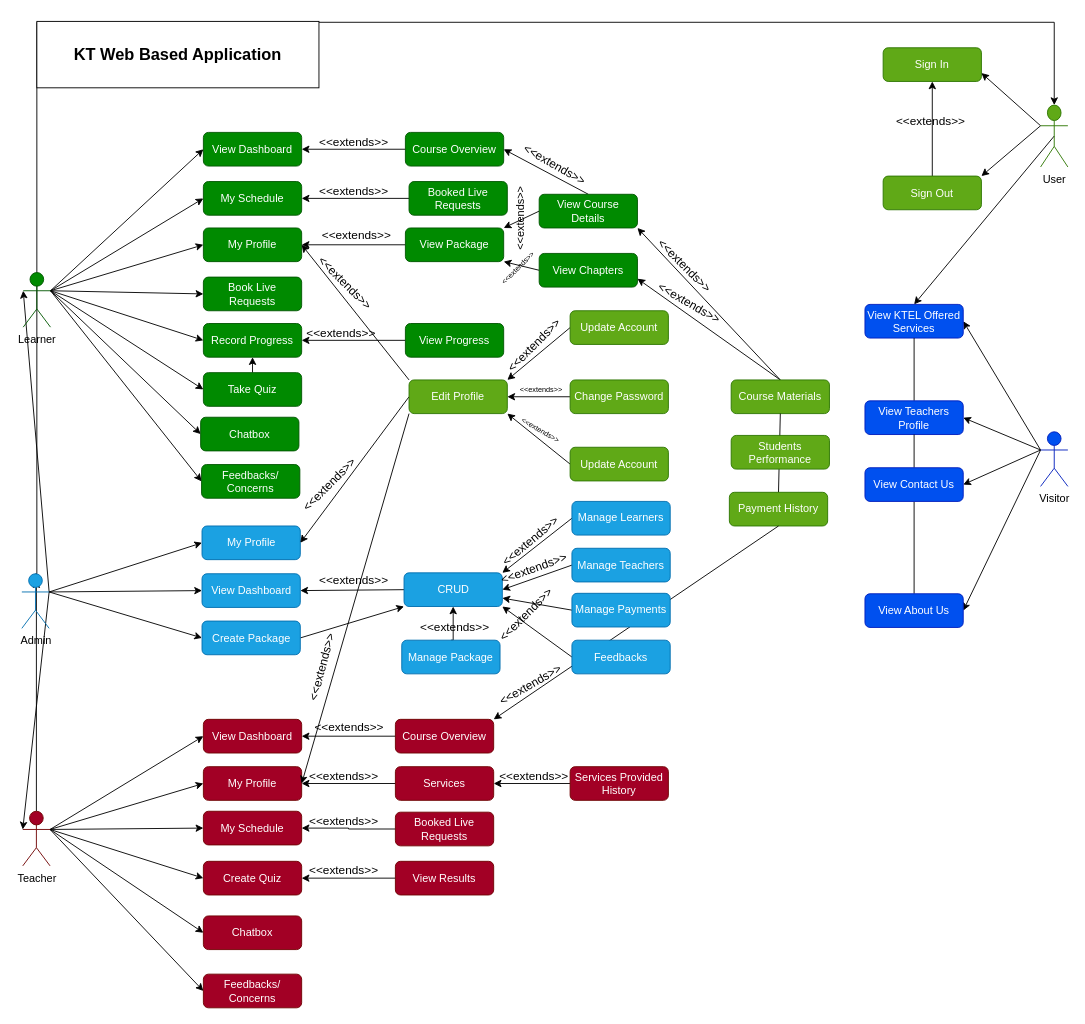
Before: page "Use Case Diagram(Categorized)" (12 of 13) of Untitled Diagram.drawio in Nashciong/JavaCodes, a draw.io diagram. Source tidied: cells renumbered, new cells numbered last; positions are measured from the earlier drawing's top-left corner, leaving out a move shared by most shapes. Both pictures are drawn from the tidied source at 91%, with x=0, y=0 at pixel (21, 21).
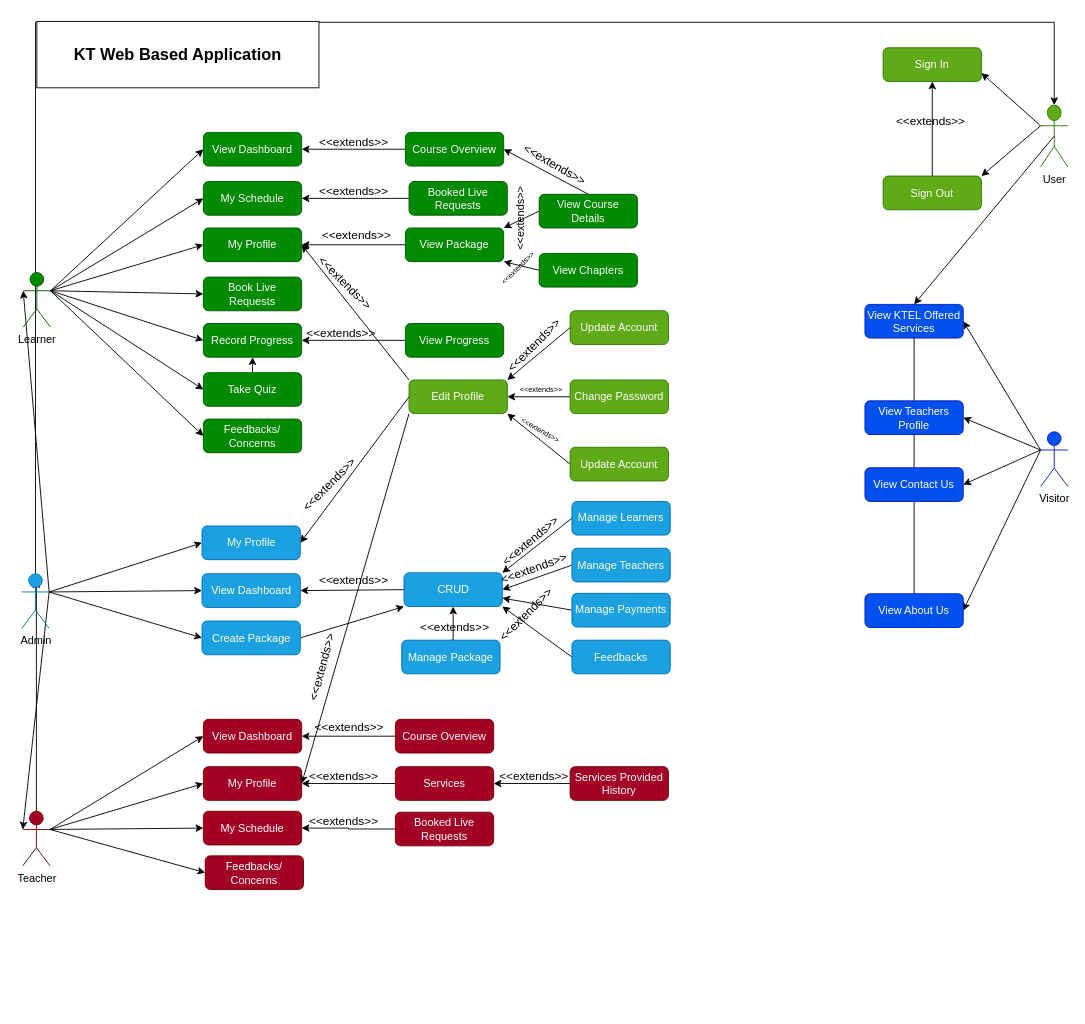
The same page after the edit.

Unchanged cells that the change refers to:
```xml
<mxCell id="22" value="Teacher" style="shape=umlActor;verticalLabelPosition=bottom;verticalAlign=top;html=1;outlineConnect=0;fillColor=#a20025;fontColor=#000000;strokeColor=#6F0000;" parent="1" vertex="1">
  <mxGeometry x="1.5" y="868" width="30" height="60" as="geometry" />
</mxCell>
<mxCell id="36" value="Learner" style="shape=umlActor;verticalLabelPosition=bottom;verticalAlign=top;html=1;outlineConnect=0;fontColor=#000000;fillColor=#008a00;strokeColor=#005700;" parent="1" vertex="1">
  <mxGeometry x="2" y="276" width="30" height="60" as="geometry" />
</mxCell>
<mxCell id="74" value="Course Overview" style="rounded=1;whiteSpace=wrap;html=1;fillColor=#a20025;fontColor=#ffffff;strokeColor=#6F0000;" parent="1" vertex="1">
  <mxGeometry x="411" y="767" width="108" height="37" as="geometry" />
</mxCell>
<mxCell id="98" value="Admin" style="shape=umlActor;verticalLabelPosition=bottom;verticalAlign=top;html=1;outlineConnect=0;fillColor=#1ba1e2;fontColor=#000000;strokeColor=#006EAF;" parent="1" vertex="1">
  <mxGeometry x="0.5" y="607" width="30" height="60" as="geometry" />
</mxCell>
<mxCell id="101" value="User" style="shape=umlActor;verticalLabelPosition=bottom;verticalAlign=top;html=1;outlineConnect=0;fillColor=#60a917;fontColor=#000000;strokeColor=#2D7600;" parent="1" vertex="1">
  <mxGeometry x="1120" y="92" width="30" height="68" as="geometry" />
</mxCell>
<mxCell id="105" value="View Course Details" style="rounded=1;whiteSpace=wrap;html=1;fillColor=#008a00;fontColor=#ffffff;strokeColor=#005700;" parent="1" vertex="1">
  <mxGeometry x="569" y="190" width="108" height="37" as="geometry" />
</mxCell>
<mxCell id="107" value="View Chapters" style="rounded=1;whiteSpace=wrap;html=1;fillColor=#008a00;fontColor=#ffffff;strokeColor=#005700;" parent="1" vertex="1">
  <mxGeometry x="569" y="255" width="108" height="37" as="geometry" />
</mxCell>
```

Diff of the diagram source:
```diff
@@
-    <mxCell id="17" style="rounded=0;jettySize=auto;html=1;exitX=1;exitY=0.3333333333333333;exitDx=0;exitDy=0;exitPerimeter=0;entryX=0;entryY=0.5;entryDx=0;entryDy=0;" parent="1" edge="1" source="22" target="40">
-      <mxGeometry relative="1" as="geometry" />
-    </mxCell>
-    <mxCell id="18" style="rounded=0;jettySize=auto;html=1;exitX=1;exitY=0.3333333333333333;exitDx=0;exitDy=0;exitPerimeter=0;entryX=0;entryY=0.5;entryDx=0;entryDy=0;" parent="1" edge="1" source="22" target="87">
-      <mxGeometry relative="1" as="geometry" />
-    </mxCell>
     <mxCell id="19" style="edgeStyle=orthogonalEdgeStyle;rounded=0;jettySize=auto;html=1;entryX=0.5;entryY=0;entryDx=0;entryDy=0;entryPerimeter=0;exitX=0.5;exitY=0;exitDx=0;exitDy=0;exitPerimeter=0;" parent="1" edge="1" source="98" target="101">
       <mxGeometry relative="1" as="geometry">
         <Array as="points">
-          <mxPoint x="17" y="607" />
-          <mxPoint x="17" y="1" />
+          <mxPoint x="16" y="1" />
           <mxPoint x="1135" y="1" />
         </Array>
       </mxGeometry>
     </mxCell>
@@
-    <mxCell id="34" style="rounded=0;jettySize=auto;html=1;exitX=1;exitY=0.3333333333333333;exitDx=0;exitDy=0;exitPerimeter=0;entryX=0;entryY=0.5;entryDx=0;entryDy=0;" parent="1" edge="1" source="36" target="77">
-      <mxGeometry relative="1" as="geometry" />
-    </mxCell>
@@
-    <mxCell id="40" value="Create Quiz" style="rounded=1;whiteSpace=wrap;html=1;fillColor=#a20025;fontColor=#ffffff;strokeColor=#6F0000;" parent="1" vertex="1">
-      <mxGeometry x="200" y="923" width="108" height="37" as="geometry" />
-    </mxCell>
@@
-    <mxCell id="66" style="rounded=0;jettySize=auto;html=1;exitX=0.5;exitY=0;exitDx=0;exitDy=0;entryX=1;entryY=1;entryDx=0;entryDy=0;" parent="1" edge="1" source="68" target="105">
-      <mxGeometry relative="1" as="geometry" />
-    </mxCell>
-    <mxCell id="67" style="rounded=0;jettySize=auto;html=1;exitX=0.5;exitY=0;exitDx=0;exitDy=0;entryX=1;entryY=0.75;entryDx=0;entryDy=0;" parent="1" edge="1" source="68" target="107">
-      <mxGeometry relative="1" as="geometry" />
-    </mxCell>
-    <mxCell id="68" value="Course Materials" style="rounded=1;whiteSpace=wrap;html=1;fillColor=#60a917;fontColor=#ffffff;strokeColor=#2D7600;" parent="1" vertex="1">
-      <mxGeometry x="780" y="394" width="108" height="37" as="geometry" />
-    </mxCell>
-    <mxCell id="69" style="endArrow=none;html=1;rounded=0;entryX=0.5;entryY=1;entryDx=0;entryDy=0;exitX=0.5;exitY=0;exitDx=0;exitDy=0;" parent="1" edge="1" source="71" target="68">
-      <mxGeometry relative="1" as="geometry" />
-    </mxCell>
-    <mxCell id="70" value="Students Performance" style="rounded=1;whiteSpace=wrap;html=1;fillColor=#60a917;fontColor=#ffffff;strokeColor=#2D7600;" parent="1" vertex="1">
-      <mxGeometry x="780" y="455" width="108" height="37" as="geometry" />
-    </mxCell>
-    <mxCell id="71" value="Payment History" style="rounded=1;whiteSpace=wrap;html=1;fillColor=#60a917;fontColor=#ffffff;strokeColor=#2D7600;" parent="1" vertex="1">
-      <mxGeometry x="778" y="517.5" width="108" height="37" as="geometry" />
-    </mxCell>
-    <mxCell id="72" style="rounded=0;jettySize=auto;html=1;exitX=0.5;exitY=1;exitDx=0;exitDy=0;entryX=1;entryY=0;entryDx=0;entryDy=0;" parent="1" edge="1" source="71" target="74">
-      <mxGeometry relative="1" as="geometry" />
-    </mxCell>
@@
-    <mxCell id="75" style="edgeStyle=orthogonalEdgeStyle;rounded=0;jettySize=auto;html=1;exitX=0;exitY=0.5;exitDx=0;exitDy=0;entryX=1;entryY=0.5;entryDx=0;entryDy=0;" parent="1" edge="1" source="76" target="40">
-      <mxGeometry relative="1" as="geometry" />
-    </mxCell>
-    <mxCell id="76" value="View Results" style="rounded=1;whiteSpace=wrap;html=1;fillColor=#a20025;fontColor=#ffffff;strokeColor=#6F0000;" parent="1" vertex="1">
-      <mxGeometry x="411" y="923" width="108" height="37" as="geometry" />
-    </mxCell>
-    <mxCell id="77" value="Chatbox" style="rounded=1;whiteSpace=wrap;html=1;fillColor=#008a00;fontColor=#ffffff;strokeColor=#005700;" parent="1" vertex="1">
-      <mxGeometry x="197" y="435" width="108" height="37" as="geometry" />
-    </mxCell>
@@
-    <mxCell id="87" value="Chatbox" style="rounded=1;whiteSpace=wrap;html=1;fillColor=#a20025;fontColor=#ffffff;strokeColor=#6F0000;" parent="1" vertex="1">
-      <mxGeometry x="200" y="983" width="108" height="37" as="geometry" />
-    </mxCell>
@@
-    <mxCell id="114" value="&lt;font style=&quot;font-size: 13px;&quot;&gt;&amp;lt;&amp;lt;extends&amp;gt;&amp;gt;&lt;/font&gt;" style="text;html=1;align=center;verticalAlign=middle;strokeColor=none;fillColor=none;rotation=45;fontSize=13;" parent="1" vertex="1">
-      <mxGeometry x="679" y="253" width="100" height="30" as="geometry" />
-    </mxCell>
-    <mxCell id="115" value="&lt;font style=&quot;font-size: 13px;&quot;&gt;&amp;lt;&amp;lt;extends&amp;gt;&amp;gt;&lt;/font&gt;" style="text;html=1;align=center;verticalAlign=middle;strokeColor=none;fillColor=none;rotation=30;fontSize=13;" parent="1" vertex="1">
-      <mxGeometry x="684" y="294" width="100" height="30" as="geometry" />
-    </mxCell>
@@
-    <mxCell id="127" value="&lt;font style=&quot;font-size: 13px;&quot;&gt;&amp;lt;&amp;lt;extends&amp;gt;&amp;gt;&lt;/font&gt;" style="text;html=1;align=center;verticalAlign=middle;strokeColor=none;fillColor=none;rotation=0;fontSize=13;" parent="1" vertex="1">
-      <mxGeometry x="304" y="917" width="100" height="30" as="geometry" />
-    </mxCell>
@@
-    <mxCell id="129" value="&lt;font style=&quot;font-size: 13px;&quot;&gt;&amp;lt;&amp;lt;extends&amp;gt;&amp;gt;&lt;/font&gt;" style="text;html=1;align=center;verticalAlign=middle;strokeColor=none;fillColor=none;rotation=-30;fontSize=13;" parent="1" vertex="1">
-      <mxGeometry x="509" y="714" width="100" height="30" as="geometry" />
-    </mxCell>
@@
     <mxCell id="142" value="Feedbacks/&lt;br&gt;Concerns" style="rounded=1;whiteSpace=wrap;html=1;fillColor=#008a00;fontColor=#ffffff;strokeColor=#005700;" parent="1" vertex="1">
-      <mxGeometry x="198" y="487" width="108" height="37" as="geometry" />
+      <mxGeometry x="200" y="437" width="108" height="37" as="geometry" />
     </mxCell>
     <mxCell id="143" value="Feedbacks/&lt;br&gt;Concerns" style="rounded=1;whiteSpace=wrap;html=1;fillColor=#a20025;fontColor=#ffffff;strokeColor=#6F0000;" parent="1" vertex="1">
-      <mxGeometry x="200" y="1047" width="108" height="37" as="geometry" />
+      <mxGeometry x="202" y="917" width="108" height="37" as="geometry" />
     </mxCell>
```
